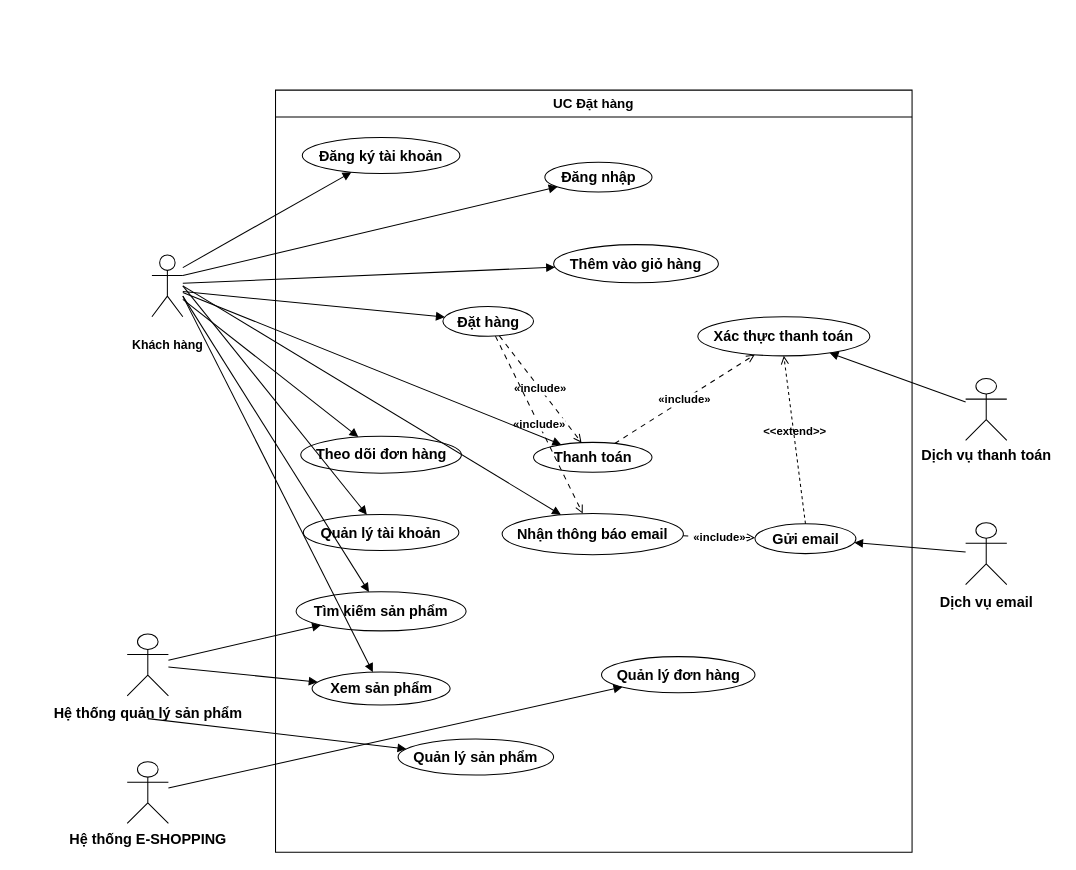
NamHuynh147/OOSD keeps this draw.io diagram as page "UC10" (2 of 5) of LAB_OOSD/LAB4/LAB4.drawio. Above is the earlier version. Source tidied: cells renumbered, new cells numbered last; positions are measured from the earlier drawing's top-left corner, leaving out a move shared by most shapes. Both pictures are drawn from the tidied source at 103%, with x=0, y=0 at pixel (18, 18).
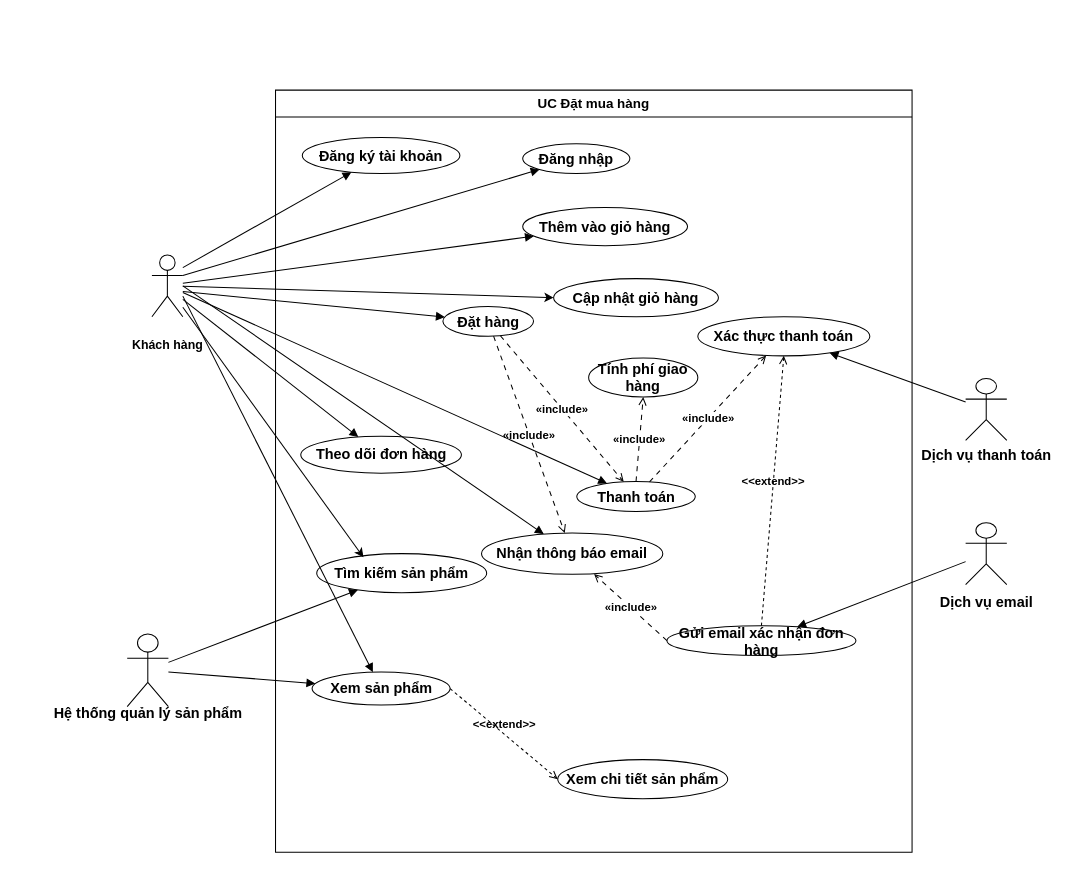
The same page after the edit.

The change refers to these unchanged cells:
```xml
<mxCell id="2" style="group;transparentBounds=1;editIcon=1;lockedGroup=0;groupPadding=10;fontStyle=1;" parent="1" vertex="1">
  <mxGeometry as="geometry" />
</mxCell>
<mxCell id="11" value="Xem sản phẩm" style="ellipse;html=1;whiteSpace=wrap;fontSize=14;fontStyle=1;" parent="3" vertex="1">
  <mxGeometry x="35.5" y="565" width="134" height="32" as="geometry" />
</mxCell>
<mxCell id="47" value="&lt;br&gt;Khách hàng&lt;br&gt;&lt;div&gt;&lt;br&gt;&lt;/div&gt;" style="shape=umlActor;verticalLabelPosition=bottom;verticalAlign=top;html=1;outlineConnect=0;fontStyle=1;" parent="2" vertex="1">
  <mxGeometry x="130" y="230" width="30" height="60" as="geometry" />
</mxCell>
```

Diff of the diagram source:
```diff
@@
-    <mxCell id="3" value="UC Đặt hàng" style="swimlane;startSize=26;fontSize=13;fontStyle=1;whiteSpace=wrap;" parent="2" vertex="1">
+    <mxCell id="3" value="UC Đặt mua hàng" style="swimlane;startSize=26;fontSize=13;fontStyle=1;whiteSpace=wrap;" parent="2" vertex="1">
       <mxGeometry x="250" y="70" width="618" height="740" as="geometry" />
     </mxCell>
@@
     <mxCell id="5" value="Đăng nhập" style="ellipse;html=1;whiteSpace=wrap;fontSize=14;fontStyle=1;" parent="3" vertex="1">
-      <mxGeometry x="261.5" y="70" width="104" height="29" as="geometry" />
+      <mxGeometry x="240" y="52" width="104" height="29" as="geometry" />
     </mxCell>
     <mxCell id="6" value="Thêm vào giỏ hàng" style="ellipse;html=1;whiteSpace=wrap;fontSize=14;fontStyle=1;" parent="3" vertex="1">
-      <mxGeometry x="270" y="150" width="160" height="37" as="geometry" />
+      <mxGeometry x="240" y="114" width="160" height="37" as="geometry" />
     </mxCell>
@@
-    <mxCell id="9" value="Quản lý tài khoản" style="ellipse;html=1;whiteSpace=wrap;fontSize=14;fontStyle=1;" parent="3" vertex="1">
-      <mxGeometry x="27" y="412" width="151" height="35" as="geometry" />
-    </mxCell>
     <mxCell id="10" value="Tìm kiếm sản phẩm" style="ellipse;html=1;whiteSpace=wrap;fontSize=14;fontStyle=1;" parent="3" vertex="1">
-      <mxGeometry x="20" y="487" width="165" height="38" as="geometry" />
+      <mxGeometry x="40" y="450" width="165" height="38" as="geometry" />
     </mxCell>
@@
-    <mxCell id="12" value="Quản lý đơn hàng" style="ellipse;html=1;whiteSpace=wrap;fontSize=14;fontStyle=1;" parent="3" vertex="1">
-      <mxGeometry x="316.5" y="550" width="149" height="35" as="geometry" />
-    </mxCell>
-    <mxCell id="13" value="Quản lý sản phẩm" style="ellipse;html=1;whiteSpace=wrap;fontSize=14;fontStyle=1;" parent="3" vertex="1">
-      <mxGeometry x="119" y="630" width="151" height="35" as="geometry" />
-    </mxCell>
     <mxCell id="14" value="Thanh toán" style="ellipse;html=1;whiteSpace=wrap;fontSize=14;fontStyle=1;" parent="3" vertex="1">
-      <mxGeometry x="250.5" y="342" width="115" height="29" as="geometry" />
+      <mxGeometry x="292.5" y="380" width="115" height="29" as="geometry" />
     </mxCell>
     <mxCell id="15" value="Nhận thông báo email" style="ellipse;html=1;whiteSpace=wrap;fontSize=14;fontStyle=1;" parent="3" vertex="1">
-      <mxGeometry x="220" y="411" width="176" height="40" as="geometry" />
+      <mxGeometry x="200" y="430" width="176" height="40" as="geometry" />
     </mxCell>
@@
-    <mxCell id="17" value="Gửi email" style="ellipse;html=1;whiteSpace=wrap;fontSize=14;fontStyle=1;" parent="3" vertex="1">
-      <mxGeometry x="465.5" y="421" width="98" height="29" as="geometry" />
+    <mxCell id="17" value="Gửi email xác nhận đơn hàng" style="ellipse;html=1;whiteSpace=wrap;fontSize=14;fontStyle=1;" parent="3" vertex="1">
+      <mxGeometry x="380" y="520" width="183.5" height="29" as="geometry" />
     </mxCell>
@@
-    <mxCell id="21" value="«include»" style="endArrow=open;dashed=1;dashPattern=5 5;fontColor=#000000;fontSize=11;edgeStyle=none;rounded=0;html=1;curved=0;endSize=6;sourcePerimeterSpacing=0;targetPerimeterSpacing=0;fontStyle=1;" parent="3" edge="1" source="15" target="17">
+    <mxCell id="21" value="«include»" style="endArrow=open;dashed=1;dashPattern=5 5;fontColor=#000000;fontSize=11;edgeStyle=none;rounded=0;html=1;curved=0;endSize=6;sourcePerimeterSpacing=0;targetPerimeterSpacing=0;fontStyle=1;exitX=0;exitY=0.5;exitDx=0;exitDy=0;entryX=0.621;entryY=0.996;entryDx=0;entryDy=0;entryPerimeter=0;" parent="3" edge="1" source="17" target="15">
       <mxGeometry relative="1" as="geometry" />
     </mxCell>
@@
+    <mxCell id="48" value="Xem chi tiết sản phẩm" style="ellipse;html=1;whiteSpace=wrap;fontSize=14;fontStyle=1;" parent="3" vertex="1">
+      <mxGeometry x="274" y="650" width="165" height="38" as="geometry" />
+    </mxCell>
+    <mxCell id="49" value="&amp;lt;&amp;lt;extend&amp;gt;&amp;gt;" style="html=1;verticalAlign=bottom;labelBackgroundColor=none;endArrow=open;endFill=0;dashed=1;rounded=0;exitX=1;exitY=0.5;exitDx=0;exitDy=0;entryX=0;entryY=0.5;entryDx=0;entryDy=0;fontStyle=1;" parent="3" edge="1" source="11" target="48">
+      <mxGeometry relative="1" as="geometry" />
+    </mxCell>
+    <mxCell id="50" value="Cập nhật giỏ hàng" style="ellipse;html=1;whiteSpace=wrap;fontSize=14;fontStyle=1;" parent="3" vertex="1">
+      <mxGeometry x="270" y="183" width="160" height="37" as="geometry" />
+    </mxCell>
+    <mxCell id="51" value="Tính phí giao hàng" style="ellipse;html=1;whiteSpace=wrap;fontSize=14;fontStyle=1;" parent="3" vertex="1">
+      <mxGeometry x="304" y="260" width="106" height="38" as="geometry" />
+    </mxCell>
+    <mxCell id="52" value="«include»" style="endArrow=open;dashed=1;dashPattern=5 5;fontColor=#000000;fontSize=11;edgeStyle=none;rounded=0;html=1;curved=0;endSize=6;sourcePerimeterSpacing=0;targetPerimeterSpacing=0;fontStyle=1;entryX=0.5;entryY=1;entryDx=0;entryDy=0;exitX=0.5;exitY=0;exitDx=0;exitDy=0;" parent="3" edge="1" source="14" target="51">
+      <mxGeometry relative="1" as="geometry" />
+    </mxCell>
@@
     <mxCell id="27" style="shape=umlActor;html=1;fontSize=14;fontStyle=1;" parent="2" vertex="1">
-      <mxGeometry x="106" y="598" width="40" height="60" as="geometry" />
+      <mxGeometry x="106" y="598" width="40" height="70.5" as="geometry" />
     </mxCell>
@@
-    <mxCell id="29" style="shape=umlActor;html=1;fontSize=14;fontStyle=1;" parent="2" vertex="1">
-      <mxGeometry x="106" y="722" width="40" height="60" as="geometry" />
-    </mxCell>
-    <mxCell id="30" value="Hệ thống E-SHOPPING" style="text;html=1;align=center;verticalAlign=top;fontSize=14;fontStyle=1;" parent="2" vertex="1">
-      <mxGeometry x="76.5" y="782" width="99" height="17" as="geometry" />
-    </mxCell>
@@
-    <mxCell id="33" style="endArrow=block;endFill=1;fontColor=#000000;fontSize=11;edgeStyle=none;rounded=0;html=1;curved=0;endSize=6;sourcePerimeterSpacing=0;targetPerimeterSpacing=0;fontStyle=1;" parent="2" edge="1" target="10">
-      <mxGeometry relative="1" as="geometry">
-        <mxPoint x="160" y="270" as="sourcePoint" />
-      </mxGeometry>
-    </mxCell>
@@
-    <mxCell id="40" style="endArrow=block;endFill=1;fontColor=#000000;fontSize=11;edgeStyle=none;rounded=0;html=1;curved=0;endSize=6;sourcePerimeterSpacing=0;targetPerimeterSpacing=0;fontStyle=1;" parent="2" edge="1" target="9">
-      <mxGeometry relative="1" as="geometry">
-        <mxPoint x="160" y="260" as="sourcePoint" />
-      </mxGeometry>
-    </mxCell>
-    <mxCell id="41" style="endArrow=block;endFill=1;fontColor=#000000;fontSize=11;edgeStyle=none;rounded=0;html=1;curved=0;endSize=6;sourcePerimeterSpacing=0;targetPerimeterSpacing=0;fontStyle=1;" parent="2" edge="1" source="29" target="12">
-      <mxGeometry relative="1" as="geometry" />
+    <mxCell id="41" style="endArrow=block;endFill=1;fontColor=#000000;fontSize=11;edgeStyle=none;rounded=0;html=1;curved=0;endSize=6;sourcePerimeterSpacing=0;targetPerimeterSpacing=0;fontStyle=1;" parent="2" edge="1">
+      <mxGeometry relative="1" as="geometry">
+        <mxPoint x="586.9" y="649.5" as="targetPoint" />
+      </mxGeometry>
     </mxCell>
@@
-    <mxCell id="44" style="endArrow=block;endFill=1;fontColor=#000000;fontSize=11;edgeStyle=none;rounded=0;html=1;exitX=0.5;exitY=1.37;exitPerimeter=0;curved=0;endSize=6;sourcePerimeterSpacing=0;targetPerimeterSpacing=0;fontStyle=1;" parent="2" edge="1" source="27" target="13">
-      <mxGeometry relative="1" as="geometry" />
-    </mxCell>
@@
+    <mxCell id="53" style="rounded=0;jettySize=auto;html=1;entryX=0;entryY=0.5;entryDx=0;entryDy=0;" parent="2" edge="1" source="47" target="50">
+      <mxGeometry relative="1" as="geometry" />
+    </mxCell>
@@
+    <mxCell id="54" style="rounded=0;jettySize=auto;html=1;entryX=0.275;entryY=0.094;entryDx=0;entryDy=0;entryPerimeter=0;" parent="2" edge="1" source="47" target="10">
+      <mxGeometry relative="1" as="geometry" />
+    </mxCell>
```
